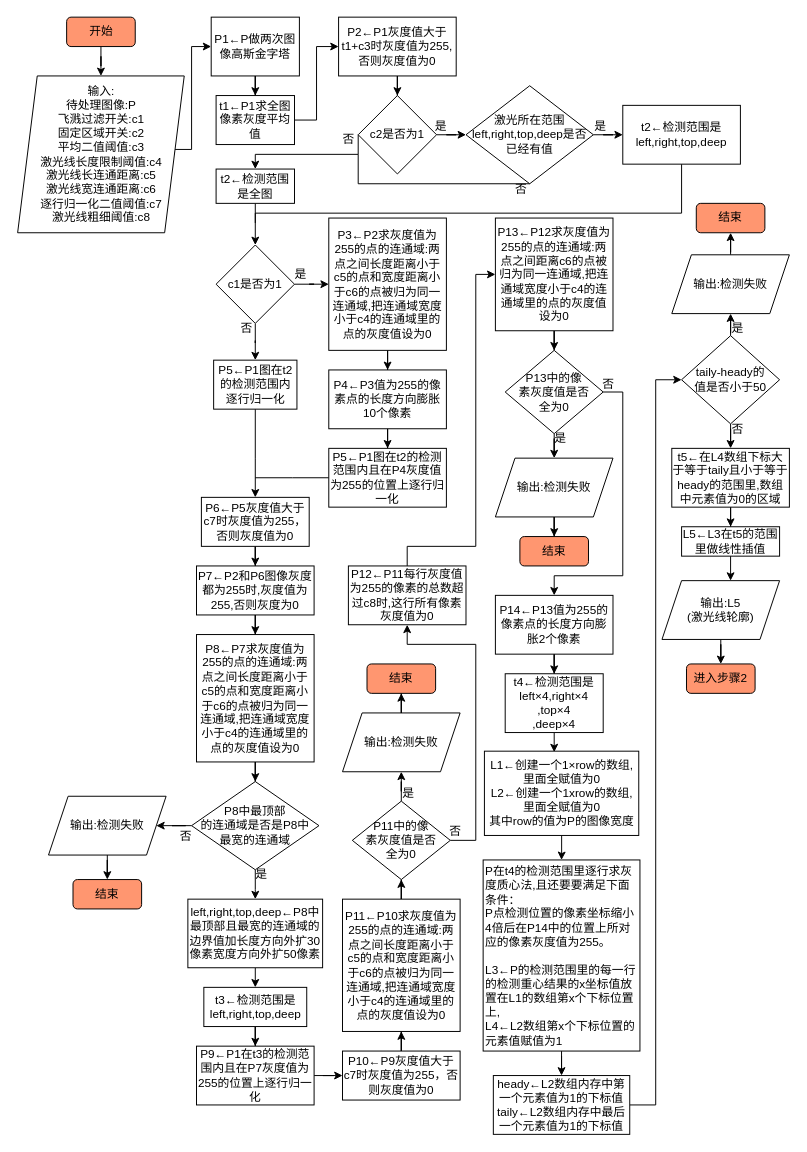
Earlier version of the draw.io diagram 未命名绘图.drawio (qubo188612/Visio). Source tidied: cells renumbered, new cells numbered last; positions are measured from the earlier drawing's top-left corner, leaving out a move shared by most shapes. Both pictures are drawn from the tidied source at 98%, with x=0, y=0 at pixel (17, 17).
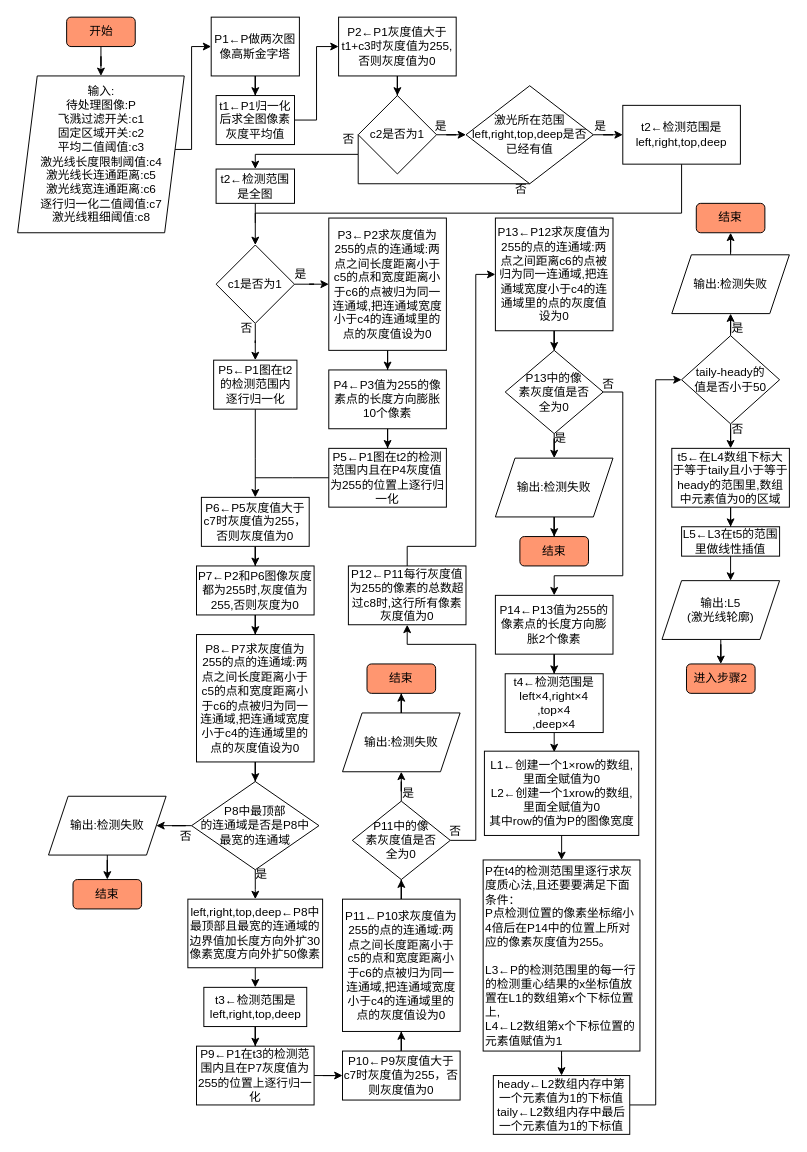
The same page after the edit.

Commit message:
更新未命名绘图.drawio

What changed in the source:
```diff
@@
-    <mxCell id="9" value="t1←P1求全图像素灰度平均值" style="rounded=0;whiteSpace=wrap;html=1;fillColor=#FFFFFF;" parent="1" vertex="1">
+    <mxCell id="9" value="t1←P1归一化后求全图像素灰度平均值" style="rounded=0;whiteSpace=wrap;html=1;fillColor=#FFFFFF;" parent="1" vertex="1">
       <mxGeometry x="203" y="80" width="80" height="50" as="geometry" />
     </mxCell>
```
